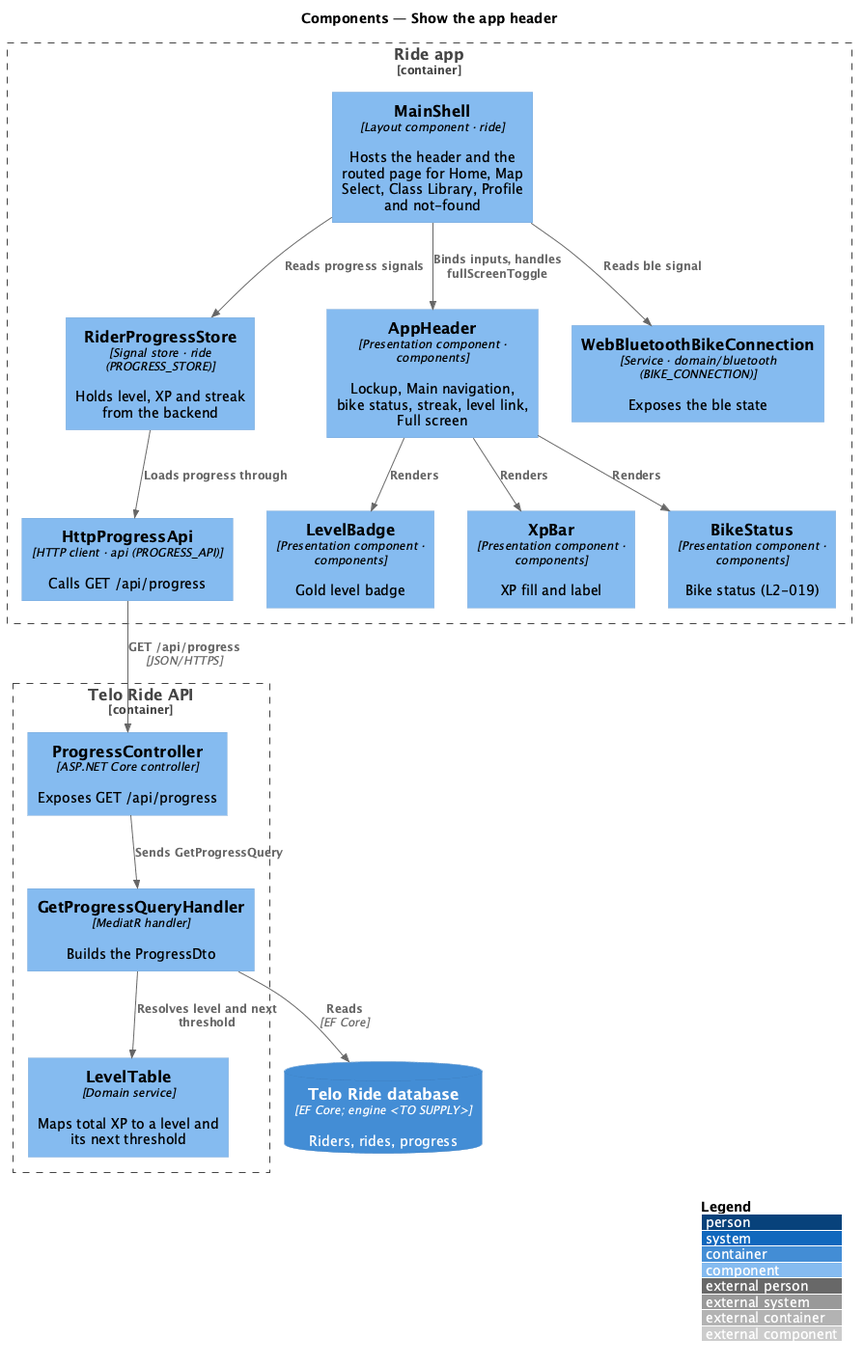
This is docs/detailed-designs/home/show-the-app-header/diagrams/c4-component.png from QuinntyneBrown/ride-one, a PlantUML export, as it was before one commit. Its diagram source:
```plantuml
@startuml
!include <C4/C4_Component>
LAYOUT_WITH_LEGEND()
title Components — Show the app header

Container_Boundary(app, "Ride app") {
  Component(shell, "MainShell", "Layout component · ride", "Hosts the header and the routed page for Home, Map Select, Class Library, Profile and not-found")
  Component(store, "RiderProgressStore", "Signal store · ride (PROGRESS_STORE)", "Holds level, XP and streak from the backend")
  Component(apphdr, "AppHeader", "Presentation component · components", "Lockup, Main navigation, bike status, streak, level link, Full screen")
  Component(badge, "LevelBadge", "Presentation component · components", "Gold level badge")
  Component(xpbar, "XpBar", "Presentation component · components", "XP fill and label")
  Component(bikestatus, "BikeStatus", "Presentation component · components", "Bike status (L2-019)")
  Component(conn, "WebBluetoothBikeConnection", "Service · domain/bluetooth (BIKE_CONNECTION)", "Exposes the ble state")
  Component(client, "HttpProgressApi", "HTTP client · api (PROGRESS_API)", "Calls GET /api/progress")
}
Container_Boundary(api, "Telo Ride API") {
  Component(ctrl, "ProgressController", "ASP.NET Core controller", "Exposes GET /api/progress")
  Component(handler, "GetProgressQueryHandler", "MediatR handler", "Builds the ProgressDto")
  Component(levels, "LevelTable", "Domain service", "Maps total XP to a level and its next threshold")
}
ContainerDb(db, "Telo Ride database", "EF Core; engine <TO SUPPLY>", "Riders, rides, progress")

Rel(shell, store, "Reads progress signals")
Rel(shell, conn, "Reads ble signal")
Rel(shell, apphdr, "Binds inputs, handles fullScreenToggle")
Rel(apphdr, badge, "Renders")
Rel(apphdr, xpbar, "Renders")
Rel(apphdr, bikestatus, "Renders")
Rel(store, client, "Loads progress through")
Rel(client, ctrl, "GET /api/progress", "JSON/HTTPS")
Rel(ctrl, handler, "Sends GetProgressQuery")
Rel(handler, levels, "Resolves level and next threshold")
Rel(handler, db, "Reads", "EF Core")
@enduml
```
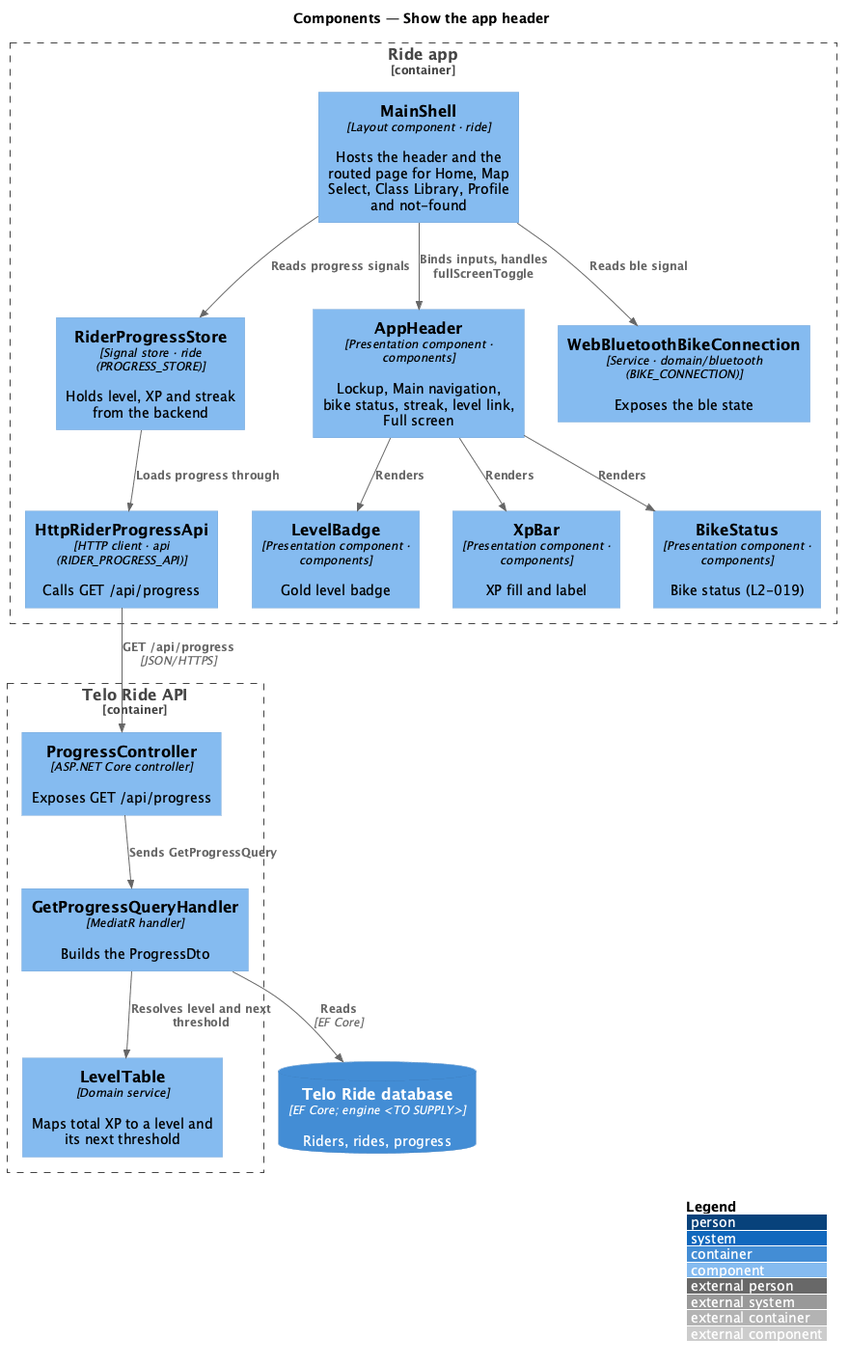
Later version of the same file.

Commit message:
Align slice 10.3's design: the level table and the progress read

Change to the diagram source:
```diff
@@ -11,7 +11,7 @@
   Component(xpbar, "XpBar", "Presentation component · components", "XP fill and label")
   Component(bikestatus, "BikeStatus", "Presentation component · components", "Bike status (L2-019)")
   Component(conn, "WebBluetoothBikeConnection", "Service · domain/bluetooth (BIKE_CONNECTION)", "Exposes the ble state")
-  Component(client, "HttpProgressApi", "HTTP client · api (PROGRESS_API)", "Calls GET /api/progress")
+  Component(client, "HttpRiderProgressApi", "HTTP client · api (RIDER_PROGRESS_API)", "Calls GET /api/progress")
 }
 Container_Boundary(api, "Telo Ride API") {
   Component(ctrl, "ProgressController", "ASP.NET Core controller", "Exposes GET /api/progress")
```
